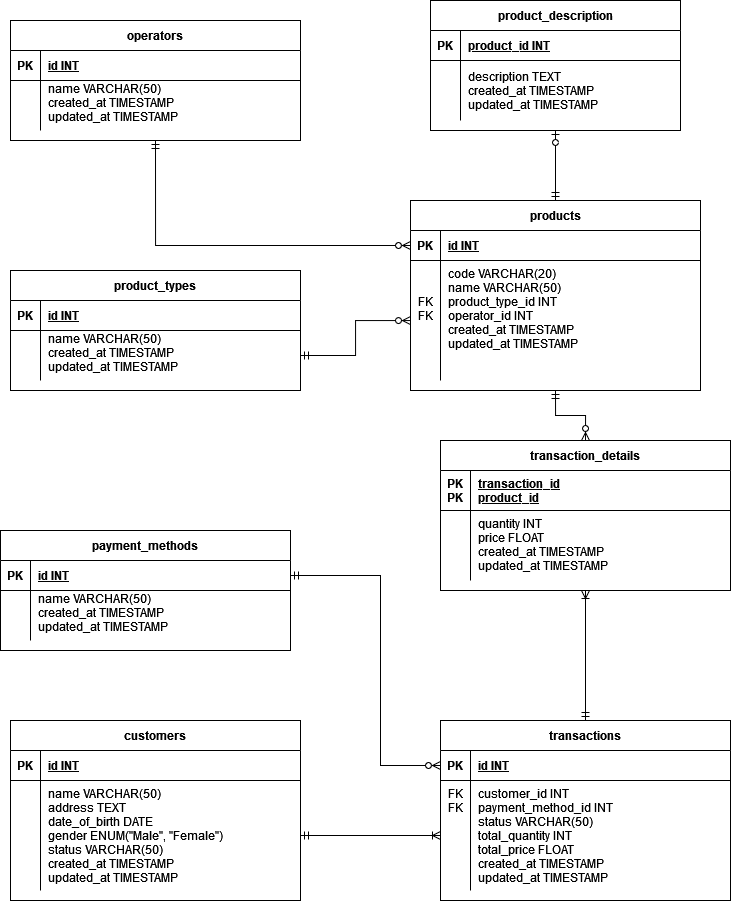
Above: erd.png in jojiejo/springboot-class (draw.io), before the change. Source tidied: cells renumbered, new cells last; positions are measured from the earlier drawing's top-left corner, leaving out a move shared by most shapes.
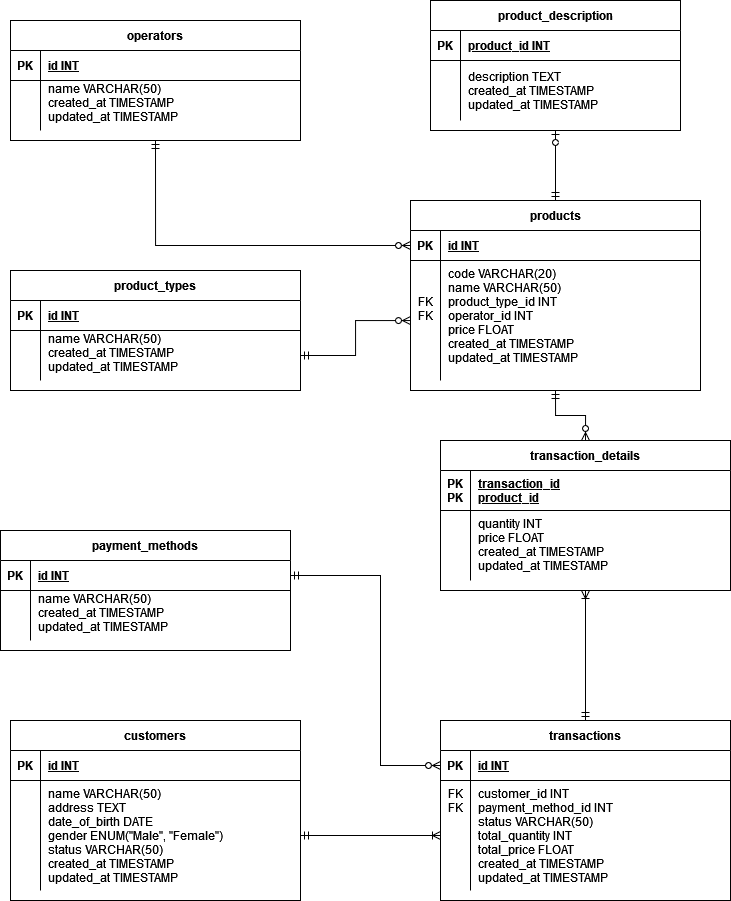
The same diagram one commit later.

Commit message:
Add price field inside products table

The edit, as a diff of the source:
```diff
@@ -47,7 +47,7 @@
     <mxCell id="16" value="&#10;&#10;FK&#10;FK&#10;" style="shape=partialRectangle;overflow=hidden;fillColor=none;top=0;left=0;bottom=0;right=0;verticalAlign=top;" parent="15" vertex="1">
       <mxGeometry width="30" height="120" as="geometry" />
     </mxCell>
-    <mxCell id="17" value="code VARCHAR(20) &#10;name VARCHAR(50)&#10;product_type_id INT&#10;operator_id INT&#10;created_at TIMESTAMP&#10;updated_at TIMESTAMP&#10;" style="shape=partialRectangle;overflow=hidden;fillColor=none;top=0;left=0;bottom=0;right=0;align=left;spacingLeft=6;verticalAlign=top;" parent="15" vertex="1">
+    <mxCell id="17" value="code VARCHAR(20) &#10;name VARCHAR(50)&#10;product_type_id INT&#10;operator_id INT&#10;price FLOAT&#10;created_at TIMESTAMP&#10;updated_at TIMESTAMP&#10;" style="shape=partialRectangle;overflow=hidden;fillColor=none;top=0;left=0;bottom=0;right=0;align=left;spacingLeft=6;verticalAlign=top;" parent="15" vertex="1">
       <mxGeometry x="30" width="260" height="120" as="geometry" />
     </mxCell>
     <mxCell id="18" style="edgeStyle=orthogonalEdgeStyle;rounded=0;jettySize=auto;html=1;exitX=0.5;exitY=1;exitDx=0;exitDy=0;startArrow=ERmandOne;startFill=0;endArrow=ERzeroToMany;endFill=0;entryX=0;entryY=0.5;entryDx=0;entryDy=0;" parent="1" edge="1" source="19" target="12">
```
